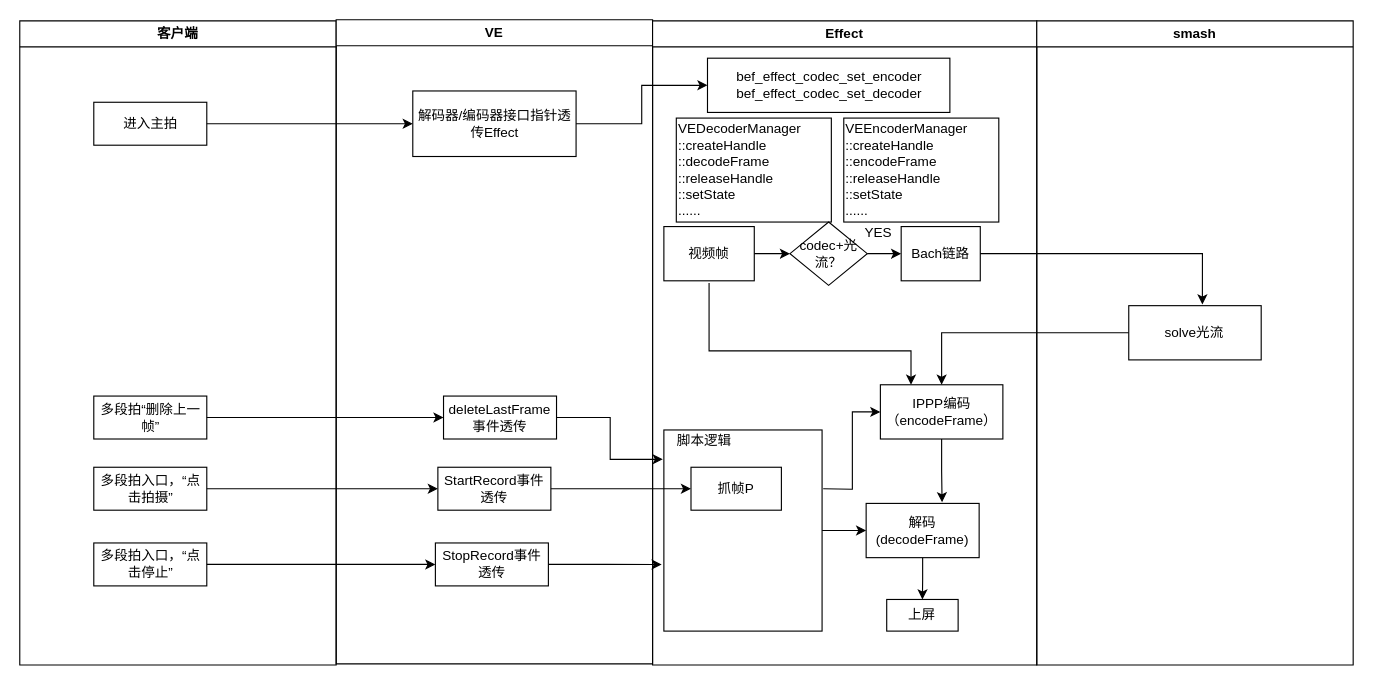
Before: codec.drawio in brucechenssfireinthehole/diagrams, a draw.io diagram. Source tidied: cells renumbered, new cells numbered last; positions are measured from the earlier drawing's top-left corner, leaving out a move shared by most shapes. Both pictures are drawn from the tidied source at 113%, with x=0, y=0 at pixel (19, 19).
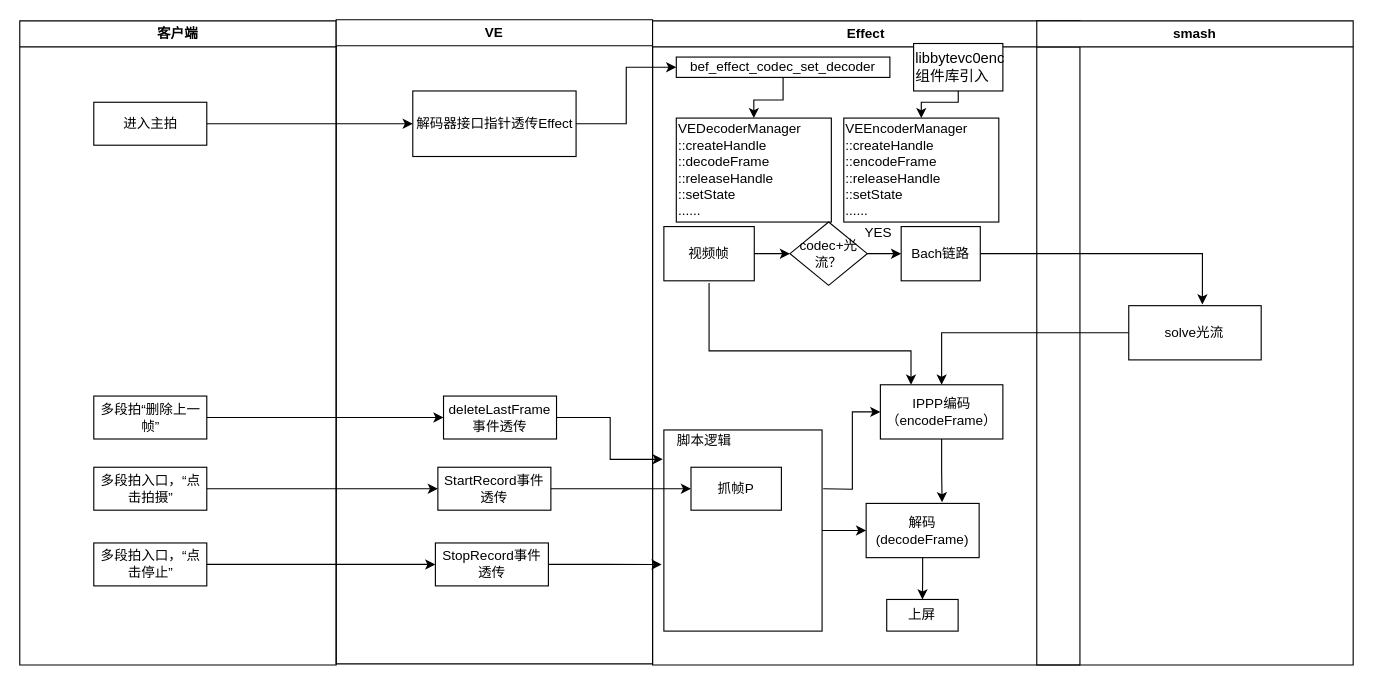
After the change.

Unchanged cells that the change refers to:
```xml
<mxCell id="7" value="VE" style="swimlane;whiteSpace=wrap;" parent="1" vertex="1">
  <mxGeometry x="280" width="280" height="570" as="geometry" />
</mxCell>
<mxCell id="24" value="VEDecoderManager&lt;br&gt;&lt;div&gt;&lt;span&gt;::createHandle&lt;/span&gt;&lt;/div&gt;&lt;div&gt;&lt;span&gt;::decodeFrame&lt;/span&gt;&lt;/div&gt;&lt;div&gt;&lt;span&gt;::releaseHandle&lt;/span&gt;&lt;/div&gt;&lt;div&gt;&lt;span&gt;::setState&lt;/span&gt;&lt;/div&gt;......" style="rounded=0;whiteSpace=wrap;html=1;align=left;" parent="12" vertex="1">
  <mxGeometry x="21" y="86" width="137.2" height="92" as="geometry" />
</mxCell>
<mxCell id="31" value="VEEncoderManager&lt;br&gt;&lt;div&gt;&lt;span&gt;::createHandle&lt;/span&gt;&lt;/div&gt;&lt;div&gt;&lt;span&gt;::encodeFrame&lt;/span&gt;&lt;/div&gt;&lt;div&gt;&lt;span&gt;::releaseHandle&lt;/span&gt;&lt;/div&gt;&lt;div&gt;&lt;span&gt;::setState&lt;/span&gt;&lt;/div&gt;......" style="rounded=0;whiteSpace=wrap;html=1;align=left;" parent="12" vertex="1">
  <mxGeometry x="169.2" y="86" width="137.2" height="92" as="geometry" />
</mxCell>
```

Change to the diagram source:
```diff
@@
-    <mxCell id="8" value="解码器/编码器接口指针透传Effect" style="rounded=0;whiteSpace=wrap;html=1;" parent="7" vertex="1">
+    <mxCell id="8" value="解码器接口指针透传Effect" style="rounded=0;whiteSpace=wrap;html=1;" parent="7" vertex="1">
       <mxGeometry x="67.8" y="63" width="144.5" height="58" as="geometry" />
     </mxCell>
@@
     <mxCell id="12" value="Effect" style="swimlane;whiteSpace=wrap;" parent="1" vertex="1">
-      <mxGeometry x="560" y="1" width="340" height="570" as="geometry" />
+      <mxGeometry x="560" y="1" width="378.2" height="570" as="geometry" />
     </mxCell>
@@
+    <mxCell id="45" style="edgeStyle=orthogonalEdgeStyle;rounded=0;jettySize=auto;html=1;entryX=0.5;entryY=0;entryDx=0;entryDy=0;" parent="12" edge="1" source="15" target="24">
+      <mxGeometry relative="1" as="geometry" />
+    </mxCell>
-    <mxCell id="15" value="&lt;div class=&quot;okr-block-clipboard&quot;&gt;&lt;/div&gt;&lt;div&gt;bef_effect_codec_set_encoder&lt;/div&gt;&lt;div&gt;bef_effect_codec_set_decoder&lt;/div&gt;" style="rounded=0;whiteSpace=wrap;html=1;" parent="12" vertex="1">
-      <mxGeometry x="48.6" y="33" width="214.5" height="48" as="geometry" />
+    <mxCell id="15" value="&lt;div class=&quot;okr-block-clipboard&quot;&gt;&lt;/div&gt;&lt;div&gt;&lt;span&gt;bef_effect_codec_set_decoder&lt;/span&gt;&lt;br&gt;&lt;/div&gt;" style="rounded=0;whiteSpace=wrap;html=1;" parent="12" vertex="1">
+      <mxGeometry x="21" y="32" width="189" height="18" as="geometry" />
     </mxCell>
@@
+    <mxCell id="46" style="edgeStyle=orthogonalEdgeStyle;rounded=0;jettySize=auto;html=1;entryX=0.5;entryY=0;entryDx=0;entryDy=0;" parent="12" edge="1" source="47" target="31">
+      <mxGeometry relative="1" as="geometry">
+        <Array as="points">
+          <mxPoint x="271" y="72" />
+          <mxPoint x="238" y="72" />
+        </Array>
+      </mxGeometry>
+    </mxCell>
+    <mxCell id="47" value="&lt;div&gt;&lt;font style=&quot;font-size: 13px&quot;&gt;libbytevc0enc 组件库引入&lt;/font&gt;&lt;/div&gt;" style="rounded=0;whiteSpace=wrap;html=1;align=left;" parent="12" vertex="1">
+      <mxGeometry x="231" y="20" width="79" height="42" as="geometry" />
+    </mxCell>
```
